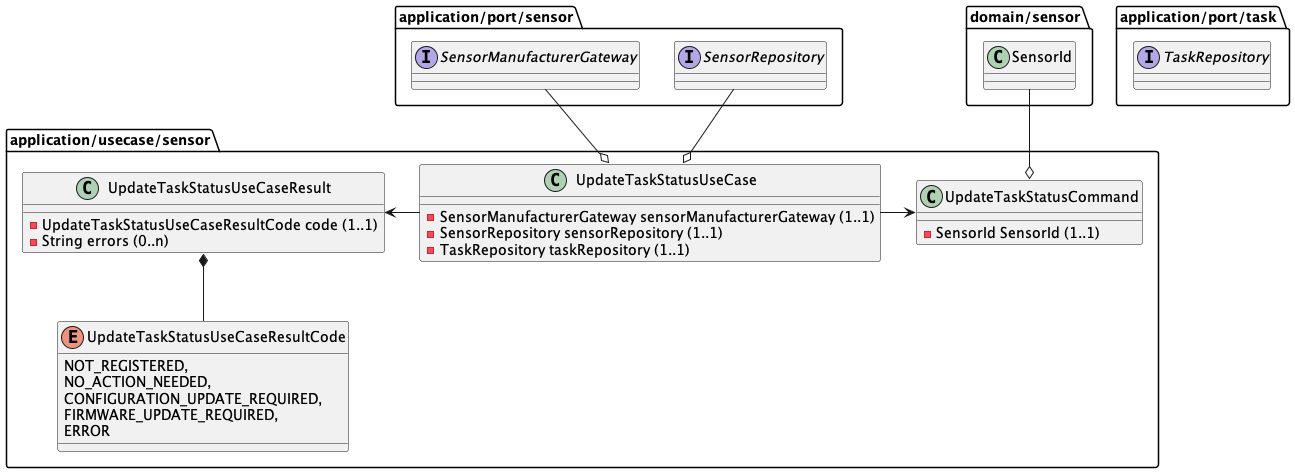
Earlier version of the PlantUML export docs/images/ClassDiagramUpdateSensorStatus.png (AboutCodingBE/validation-excercise).
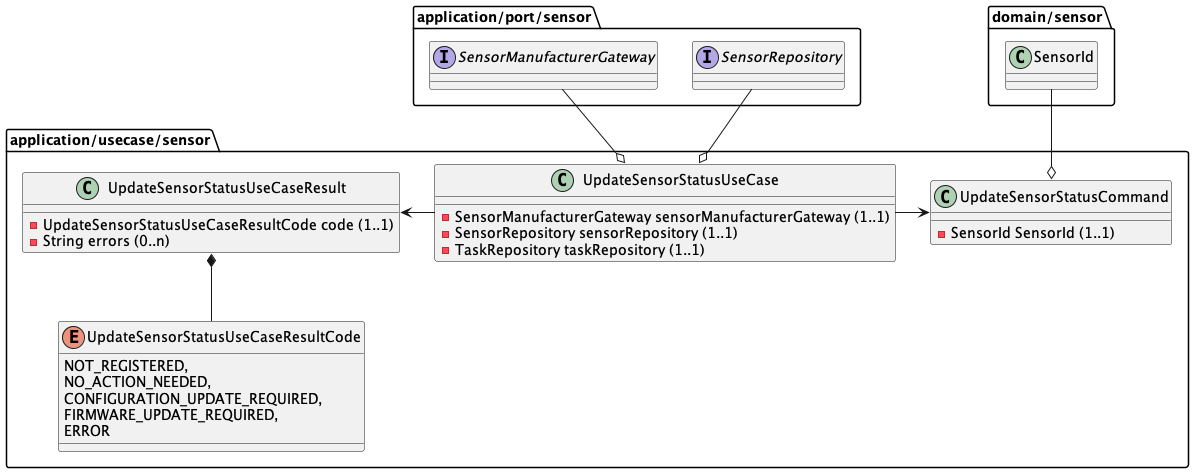
The same diagram one commit later.

Commit message:
Designed UpdateTaskStatusUseCase

What changed in the source:
```diff
@@ -1,22 +1,22 @@
 @startuml
 
 package application/usecase/sensor {
-  class UpdateTaskStatusCommand {
+  class UpdateSensorStatusCommand {
     -SensorId SensorId (1..1)
   }
 
-  class UpdateTaskStatusUseCase {
+  class UpdateSensorStatusUseCase {
     -SensorManufacturerGateway sensorManufacturerGateway (1..1)
     -SensorRepository sensorRepository (1..1)
     -TaskRepository taskRepository (1..1)
   }
 
-  class UpdateTaskStatusUseCaseResult {
-    -UpdateTaskStatusUseCaseResultCode code (1..1)
+  class UpdateSensorStatusUseCaseResult {
+    -UpdateSensorStatusUseCaseResultCode code (1..1)
     -String errors (0..n)
   }
 
-  enum UpdateTaskStatusUseCaseResultCode {
+  enum UpdateSensorStatusUseCaseResultCode {
     NOT_REGISTERED,
     NO_ACTION_NEEDED,
     CONFIGURATION_UPDATE_REQUIRED,
@@ -24,10 +24,10 @@
     ERROR
   }
 
-  UpdateTaskStatusUseCase -right-> UpdateTaskStatusCommand
-  UpdateTaskStatusUseCase -left-> UpdateTaskStatusUseCaseResult
+  UpdateSensorStatusUseCase -right-> UpdateSensorStatusCommand
+  UpdateSensorStatusUseCase -left-> UpdateSensorStatusUseCaseResult
 
-  UpdateTaskStatusUseCaseResult *-down- UpdateTaskStatusUseCaseResultCode
+  UpdateSensorStatusUseCaseResult *-down- UpdateSensorStatusUseCaseResultCode
 }
 
 package application/port/sensor {
@@ -35,15 +35,11 @@
     interface SensorRepository
 }
 
-package application/port/task {
-    interface TaskRepository
-}
-
 package domain/sensor {
   class SensorId
 }
 
-UpdateTaskStatusCommand o-up- SensorId
-UpdateTaskStatusUseCase o-up- SensorManufacturerGateway
-UpdateTaskStatusUseCase o-up- SensorRepository
+UpdateSensorStatusCommand o-up- SensorId
+UpdateSensorStatusUseCase o-up- SensorManufacturerGateway
+UpdateSensorStatusUseCase o-up- SensorRepository
 @enduml
```
